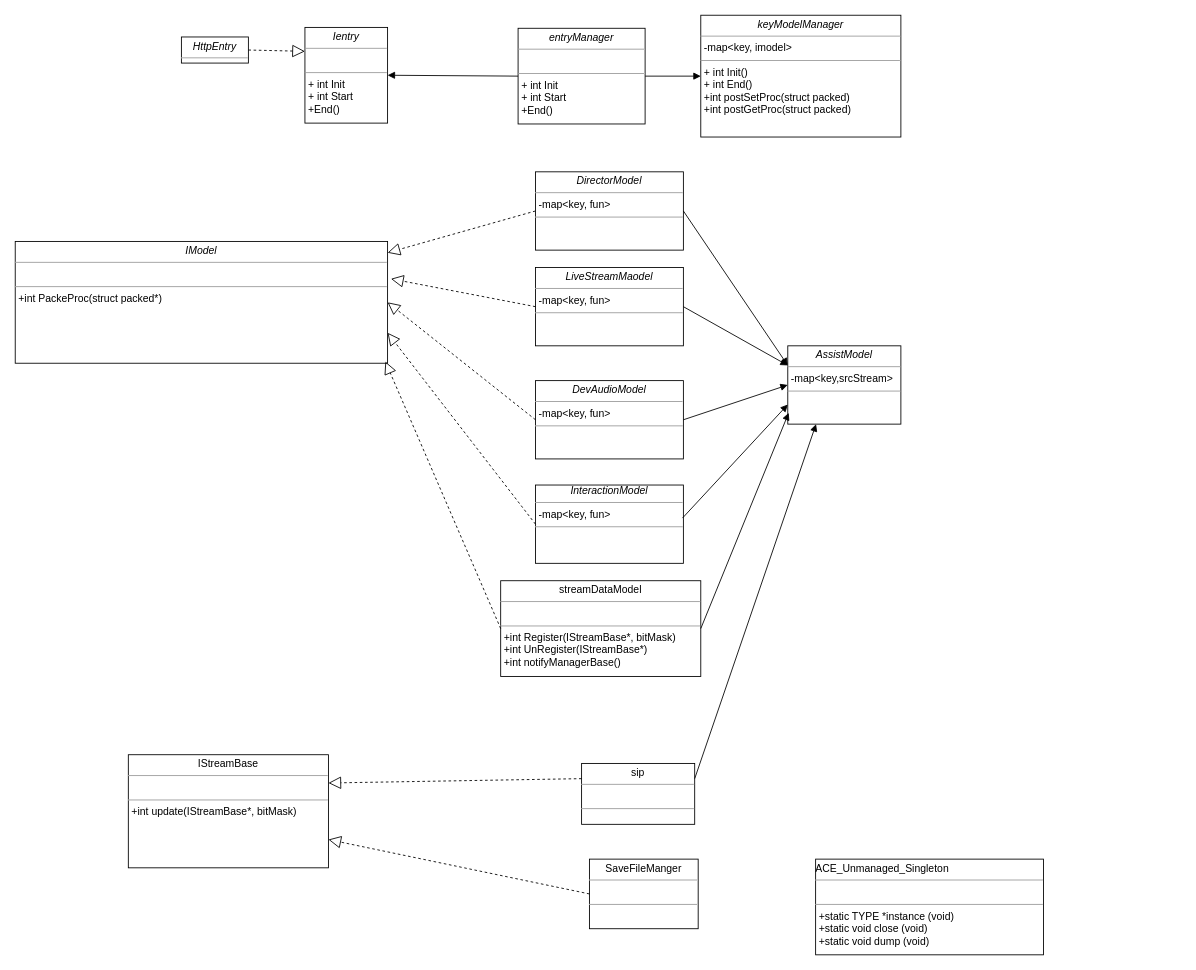
This is 录播uml.drawio from huangPeiLc/drawio, a draw.io file, before an edit. Source tidied: cells renumbered, new cells numbered last; positions are measured from the earlier drawing's top-left corner, leaving out a move shared by most shapes. Both pictures are drawn from the tidied source at 87%, with x=0, y=0 at pixel (15, 15).
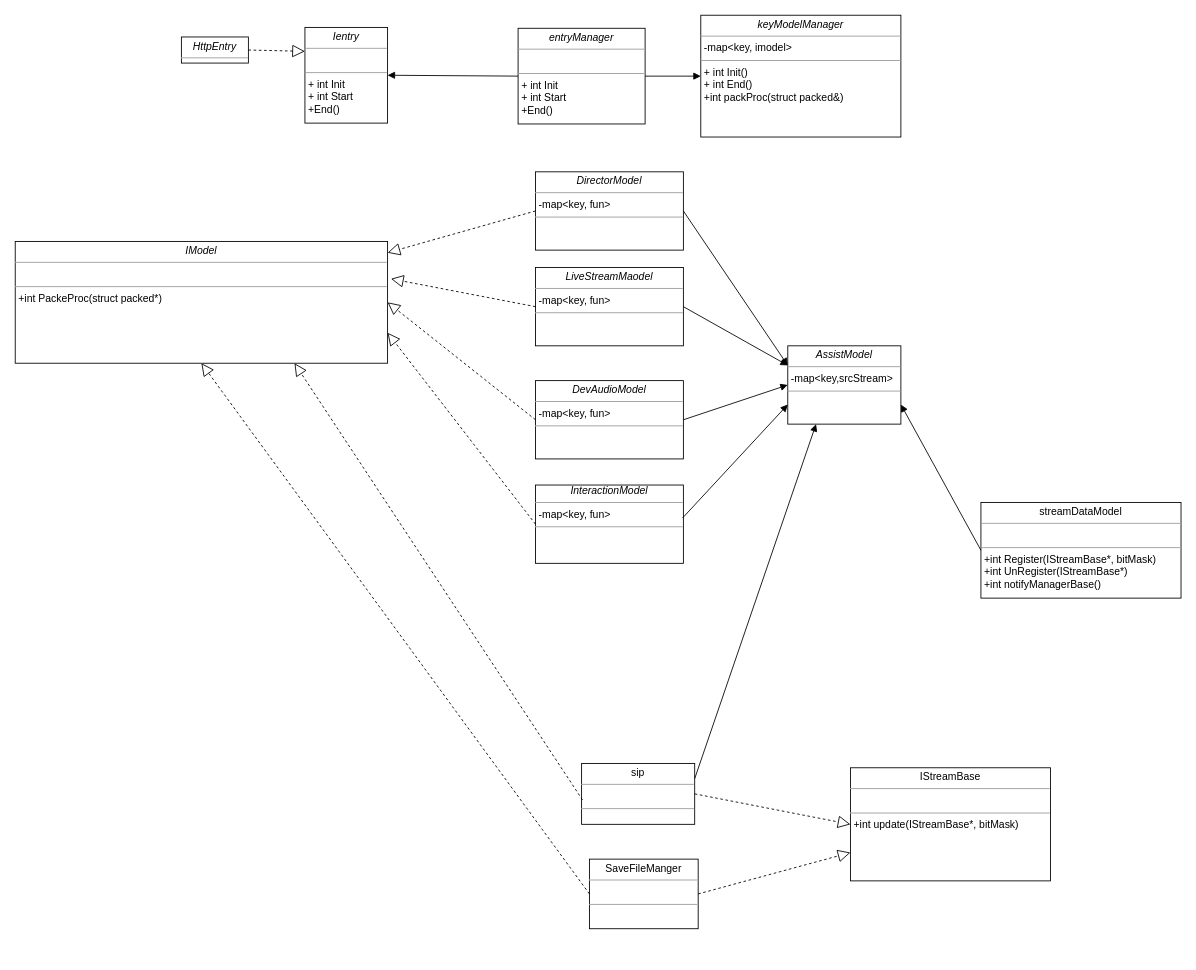
The same page after the edit.

The change refers to these unchanged cells:
```xml
<mxCell id="8" value="&lt;p style=&quot;margin: 0px ; margin-top: 4px ; text-align: center&quot;&gt;&lt;i&gt;IModel&lt;/i&gt;&lt;/p&gt;&lt;hr size=&quot;1&quot;&gt;&lt;p style=&quot;margin: 0px ; margin-left: 4px&quot;&gt;&lt;br&gt;&lt;/p&gt;&lt;hr size=&quot;1&quot;&gt;&lt;p style=&quot;margin: 0px ; margin-left: 4px&quot;&gt;&lt;span&gt;+int PackeProc(struct packed*)&lt;/span&gt;&lt;/p&gt;" style="verticalAlign=top;align=left;overflow=fill;fontSize=12;fontFamily=Helvetica;html=1;rounded=0;shadow=0;comic=0;labelBackgroundColor=none;strokeColor=#000000;strokeWidth=1;fillColor=#ffffff;" parent="1" vertex="1">
  <mxGeometry y="260" width="428" height="140" as="geometry" />
</mxCell>
<mxCell id="15" value="&lt;p style=&quot;margin: 0px ; margin-top: 4px ; text-align: center&quot;&gt;&lt;i&gt;AssistModel&lt;/i&gt;&lt;/p&gt;&lt;hr size=&quot;1&quot;&gt;&lt;p style=&quot;margin: 0px ; margin-left: 4px&quot;&gt;-map&amp;lt;key,srcStream&amp;gt;&lt;/p&gt;&lt;hr size=&quot;1&quot;&gt;&lt;p style=&quot;margin: 0px ; margin-left: 4px&quot;&gt;&lt;br&gt;&lt;/p&gt;" style="verticalAlign=top;align=left;overflow=fill;fontSize=12;fontFamily=Helvetica;html=1;rounded=0;shadow=0;comic=0;labelBackgroundColor=none;strokeColor=#000000;strokeWidth=1;fillColor=#ffffff;" parent="1" vertex="1">
  <mxGeometry x="888" y="380" width="130" height="90" as="geometry" />
</mxCell>
<mxCell id="27" value="&lt;p style=&quot;margin: 0px ; margin-top: 4px ; text-align: center&quot;&gt;&lt;span style=&quot;text-align: left&quot;&gt;sip&lt;/span&gt;&lt;br&gt;&lt;/p&gt;&lt;hr size=&quot;1&quot;&gt;&lt;p style=&quot;margin: 0px ; margin-left: 4px&quot;&gt;&lt;br&gt;&lt;/p&gt;&lt;hr size=&quot;1&quot;&gt;&lt;p style=&quot;margin: 0px 0px 0px 4px&quot;&gt;&lt;br&gt;&lt;/p&gt;&lt;p style=&quot;margin: 0px ; margin-left: 4px&quot;&gt;&lt;br&gt;&lt;/p&gt;" style="verticalAlign=top;align=left;overflow=fill;fontSize=12;fontFamily=Helvetica;html=1;rounded=0;shadow=0;comic=0;labelBackgroundColor=none;strokeColor=#000000;strokeWidth=1;fillColor=#ffffff;" parent="1" vertex="1">
  <mxGeometry x="651" y="860" width="130" height="70" as="geometry" />
</mxCell>
<mxCell id="31" value="&lt;p style=&quot;margin: 0px ; margin-top: 4px ; text-align: center&quot;&gt;&lt;span style=&quot;text-align: left&quot;&gt;SaveFileManger&lt;/span&gt;&lt;br&gt;&lt;/p&gt;&lt;hr size=&quot;1&quot;&gt;&lt;p style=&quot;margin: 0px ; margin-left: 4px&quot;&gt;&lt;br&gt;&lt;/p&gt;&lt;hr size=&quot;1&quot;&gt;&lt;p style=&quot;margin: 0px 0px 0px 4px&quot;&gt;&lt;br&gt;&lt;/p&gt;&lt;p style=&quot;margin: 0px ; margin-left: 4px&quot;&gt;&lt;br&gt;&lt;/p&gt;" style="verticalAlign=top;align=left;overflow=fill;fontSize=12;fontFamily=Helvetica;html=1;rounded=0;shadow=0;comic=0;labelBackgroundColor=none;strokeColor=#000000;strokeWidth=1;fillColor=#ffffff;" parent="1" vertex="1">
  <mxGeometry x="660" y="970" width="125" height="80" as="geometry" />
</mxCell>
```

Change to the diagram source:
```diff
@@
-    <mxCell id="5" value="&lt;p style=&quot;margin: 0px ; margin-top: 4px ; text-align: center&quot;&gt;&lt;i&gt;keyModelManager&lt;/i&gt;&lt;/p&gt;&lt;hr size=&quot;1&quot;&gt;&lt;p style=&quot;margin: 0px ; margin-left: 4px&quot;&gt;-map&amp;lt;key, imodel&amp;gt;&lt;/p&gt;&lt;hr size=&quot;1&quot;&gt;&lt;p style=&quot;margin: 0px ; margin-left: 4px&quot;&gt;+ int Init()&lt;br&gt;+ int End()&lt;/p&gt;&lt;p style=&quot;margin: 0px ; margin-left: 4px&quot;&gt;+int postSetProc(struct packed)&lt;/p&gt;&lt;p style=&quot;margin: 0px ; margin-left: 4px&quot;&gt;+int postGetProc(struct packed)&lt;br&gt;&lt;/p&gt;" style="verticalAlign=top;align=left;overflow=fill;fontSize=12;fontFamily=Helvetica;html=1;rounded=0;shadow=0;comic=0;labelBackgroundColor=none;strokeColor=#000000;strokeWidth=1;fillColor=#ffffff;" parent="1" vertex="1">
+    <mxCell id="5" value="&lt;p style=&quot;margin: 0px ; margin-top: 4px ; text-align: center&quot;&gt;&lt;i&gt;keyModelManager&lt;/i&gt;&lt;/p&gt;&lt;hr size=&quot;1&quot;&gt;&lt;p style=&quot;margin: 0px ; margin-left: 4px&quot;&gt;-map&amp;lt;key, imodel&amp;gt;&lt;/p&gt;&lt;hr size=&quot;1&quot;&gt;&lt;p style=&quot;margin: 0px ; margin-left: 4px&quot;&gt;+ int Init()&lt;br&gt;+ int End()&lt;/p&gt;&lt;p style=&quot;margin: 0px ; margin-left: 4px&quot;&gt;+int packProc(struct packed&amp;amp;)&lt;/p&gt;&lt;p style=&quot;margin: 0px ; margin-left: 4px&quot;&gt;&lt;br&gt;&lt;/p&gt;" style="verticalAlign=top;align=left;overflow=fill;fontSize=12;fontFamily=Helvetica;html=1;rounded=0;shadow=0;comic=0;labelBackgroundColor=none;strokeColor=#000000;strokeWidth=1;fillColor=#ffffff;" parent="1" vertex="1">
       <mxGeometry x="788" width="230" height="140" as="geometry" />
     </mxCell>
@@
     <mxCell id="7" value="&lt;p style=&quot;margin: 0px ; margin-top: 4px ; text-align: center&quot;&gt;&lt;span style=&quot;text-align: left&quot;&gt;streamDataModel&lt;/span&gt;&lt;br&gt;&lt;/p&gt;&lt;hr size=&quot;1&quot;&gt;&lt;p style=&quot;margin: 0px ; margin-left: 4px&quot;&gt;&lt;br&gt;&lt;/p&gt;&lt;hr size=&quot;1&quot;&gt;&lt;p style=&quot;margin: 0px 0px 0px 4px&quot;&gt;+int Register(IStreamBase*, bitMask)&lt;/p&gt;&lt;p style=&quot;margin: 0px 0px 0px 4px&quot;&gt;+int UnRegister(IStreamBase*)&lt;/p&gt;&lt;p style=&quot;margin: 0px 0px 0px 4px&quot;&gt;+int notifyManagerBase()&lt;/p&gt;&lt;p style=&quot;margin: 0px ; margin-left: 4px&quot;&gt;&lt;br&gt;&lt;/p&gt;" style="verticalAlign=top;align=left;overflow=fill;fontSize=12;fontFamily=Helvetica;html=1;rounded=0;shadow=0;comic=0;labelBackgroundColor=none;strokeColor=#000000;strokeWidth=1;fillColor=#ffffff;" parent="1" vertex="1">
-      <mxGeometry x="558" y="650" width="230" height="110" as="geometry" />
+      <mxGeometry x="1110" y="560" width="230" height="110" as="geometry" />
     </mxCell>
@@
-    <mxCell id="22" style="html=1;verticalAlign=bottom;endArrow=block;entryX=0.008;entryY=0.856;entryDx=0;entryDy=0;entryPerimeter=0;exitX=1;exitY=0.5;exitDx=0;exitDy=0;" parent="1" edge="1" source="7" target="15">
+    <mxCell id="22" style="html=1;verticalAlign=bottom;endArrow=block;entryX=1;entryY=0.75;entryDx=0;entryDy=0;exitX=0;exitY=0.5;exitDx=0;exitDy=0;" parent="1" edge="1" source="7" target="15">
       <mxGeometry relative="1" as="geometry" />
     </mxCell>
@@
-    <mxCell id="25" style="endArrow=block;dashed=1;endFill=0;endSize=12;html=1;entryX=0.994;entryY=0.986;entryDx=0;entryDy=0;exitX=0;exitY=0.5;exitDx=0;exitDy=0;entryPerimeter=0;" parent="1" edge="1" source="7" target="8">
-      <mxGeometry relative="1" as="geometry" />
-    </mxCell>
-    <mxCell id="26" value="&lt;p style=&quot;text-align: left ; margin: 4px 0px 0px&quot;&gt;ACE_Unmanaged_Singleton&lt;br&gt;&lt;/p&gt;&lt;hr size=&quot;1&quot;&gt;&lt;p style=&quot;margin: 0px ; margin-left: 4px&quot;&gt;&lt;br&gt;&lt;/p&gt;&lt;hr size=&quot;1&quot;&gt;&lt;p style=&quot;margin: 0px ; margin-left: 4px&quot;&gt;+static TYPE *instance (void)&lt;/p&gt;&lt;p style=&quot;margin: 0px 0px 0px 4px&quot;&gt;+static void close (void)&lt;/p&gt;&lt;p style=&quot;margin: 0px 0px 0px 4px&quot;&gt;+static void dump (void)&lt;/p&gt;&lt;p style=&quot;margin: 0px ; margin-left: 4px&quot;&gt;&lt;br&gt;&lt;/p&gt;" style="verticalAlign=top;align=left;overflow=fill;fontSize=12;fontFamily=Helvetica;html=1;rounded=0;shadow=0;comic=0;labelBackgroundColor=none;strokeColor=#000000;strokeWidth=1;fillColor=#ffffff;" parent="1" vertex="1">
-      <mxGeometry x="920" y="970" width="262" height="110" as="geometry" />
-    </mxCell>
@@
     <mxCell id="29" value="&lt;p style=&quot;margin: 0px ; margin-top: 4px ; text-align: center&quot;&gt;&lt;span style=&quot;text-align: left&quot;&gt;IStreamBase&lt;/span&gt;&lt;br&gt;&lt;/p&gt;&lt;hr size=&quot;1&quot;&gt;&lt;p style=&quot;margin: 0px ; margin-left: 4px&quot;&gt;&lt;br&gt;&lt;/p&gt;&lt;hr size=&quot;1&quot;&gt;&lt;p style=&quot;margin: 0px 0px 0px 4px&quot;&gt;+int update(IStreamBase*, bitMask)&lt;/p&gt;&lt;p style=&quot;margin: 0px 0px 0px 4px&quot;&gt;&lt;br&gt;&lt;/p&gt;&lt;p style=&quot;margin: 0px ; margin-left: 4px&quot;&gt;&lt;br&gt;&lt;/p&gt;" style="verticalAlign=top;align=left;overflow=fill;fontSize=12;fontFamily=Helvetica;html=1;rounded=0;shadow=0;comic=0;labelBackgroundColor=none;strokeColor=#000000;strokeWidth=1;fillColor=#ffffff;" parent="1" vertex="1">
-      <mxGeometry x="130" y="850" width="230" height="130" as="geometry" />
+      <mxGeometry x="960" y="865" width="230" height="130" as="geometry" />
     </mxCell>
-    <mxCell id="30" style="endArrow=block;dashed=1;endFill=0;endSize=12;html=1;entryX=1;entryY=0.25;entryDx=0;entryDy=0;exitX=0;exitY=0.25;exitDx=0;exitDy=0;" parent="1" edge="1" source="27" target="29">
+    <mxCell id="30" style="endArrow=block;dashed=1;endFill=0;endSize=12;html=1;entryX=0;entryY=0.5;entryDx=0;entryDy=0;exitX=1;exitY=0.5;exitDx=0;exitDy=0;" parent="1" edge="1" source="27" target="29">
       <mxGeometry relative="1" as="geometry" />
     </mxCell>
@@
-    <mxCell id="32" style="endArrow=block;dashed=1;endFill=0;endSize=12;html=1;entryX=1;entryY=0.75;entryDx=0;entryDy=0;exitX=0;exitY=0.5;exitDx=0;exitDy=0;" parent="1" edge="1" source="31" target="29">
+    <mxCell id="32" style="endArrow=block;dashed=1;endFill=0;endSize=12;html=1;entryX=0;entryY=0.75;entryDx=0;entryDy=0;exitX=1;exitY=0.5;exitDx=0;exitDy=0;" parent="1" edge="1" source="31" target="29">
       <mxGeometry relative="1" as="geometry" />
     </mxCell>
+    <mxCell id="33" style="endArrow=block;dashed=1;endFill=0;endSize=12;html=1;entryX=0.75;entryY=1;entryDx=0;entryDy=0;exitX=0.008;exitY=0.6;exitDx=0;exitDy=0;exitPerimeter=0;" parent="1" edge="1" source="27" target="8">
+      <mxGeometry relative="1" as="geometry" />
+    </mxCell>
+    <mxCell id="34" style="endArrow=block;dashed=1;endFill=0;endSize=12;html=1;entryX=0.5;entryY=1;entryDx=0;entryDy=0;exitX=0;exitY=0.5;exitDx=0;exitDy=0;fontStyle=1;" parent="1" edge="1" source="31" target="8">
+      <mxGeometry relative="1" as="geometry" />
+    </mxCell>
```
